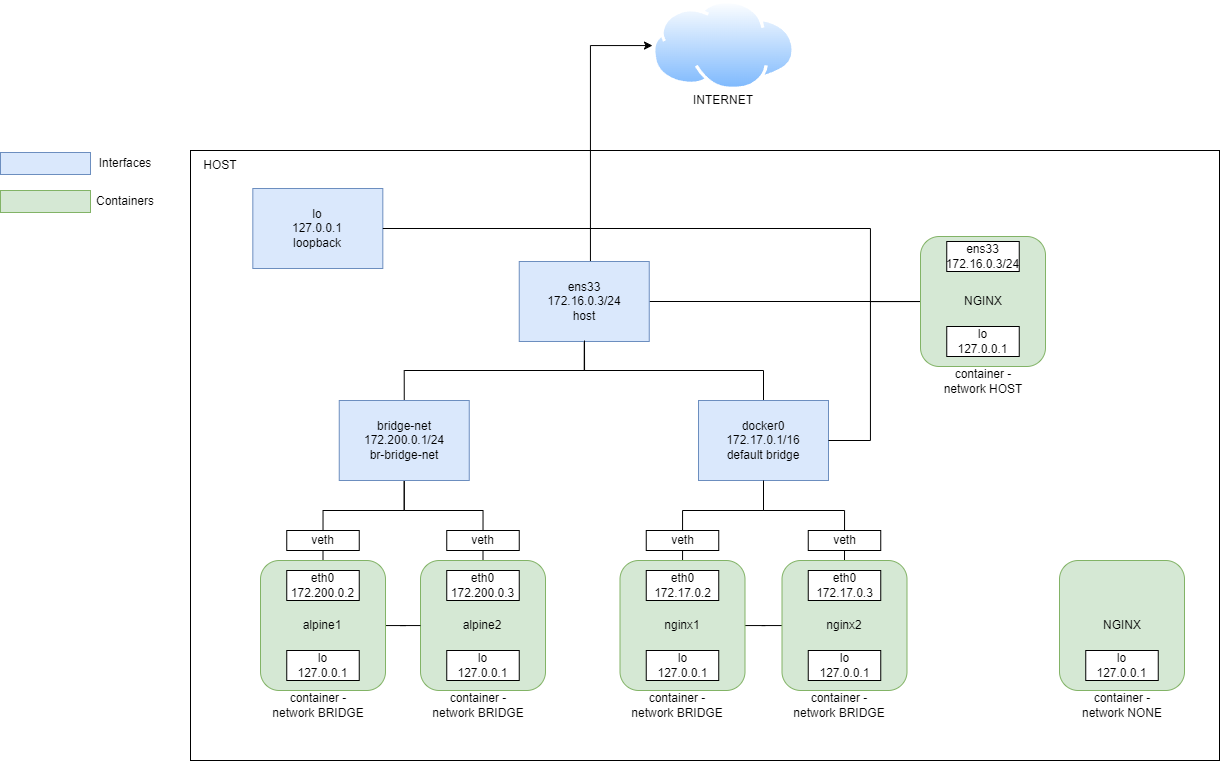
julio-cesar-development/docker-studies keeps this draw.io diagram as docker-network.drawio.png. Above is the earlier version. Source tidied: cells renumbered, new cells last; positions are measured from the earlier drawing's top-left corner, leaving out a move shared by most shapes.
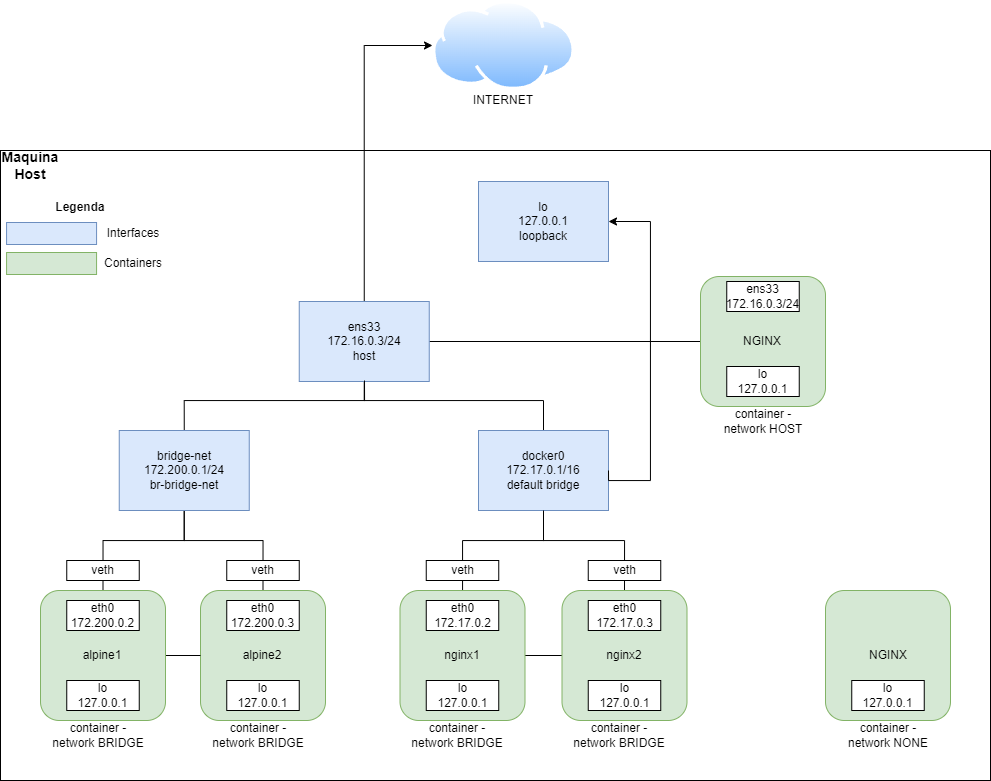
After the change.

The edit, as a diff of the source:
```diff
@@ -3,10 +3,10 @@
     <mxCell id="0" />
     <mxCell id="1" parent="0" />
     <mxCell id="2" style="rounded=0;whiteSpace=wrap;html=1;" parent="1" vertex="1">
-      <mxGeometry x="190" y="150" width="1029" height="610" as="geometry" />
+      <mxGeometry x="220" y="120" width="990" height="630" as="geometry" />
     </mxCell>
-    <mxCell id="3" value="HOST" style="text;html=1;strokeColor=none;fillColor=none;align=center;verticalAlign=middle;whiteSpace=wrap;rounded=0;" parent="1" vertex="1">
-      <mxGeometry x="190" y="150" width="60" height="30" as="geometry" />
+    <mxCell id="3" value="Maquina Host" style="text;html=1;strokeColor=none;fillColor=none;align=center;verticalAlign=middle;whiteSpace=wrap;rounded=0;fontSize=14;fontStyle=1;" parent="1" vertex="1">
+      <mxGeometry x="220" y="120" width="60" height="30" as="geometry" />
     </mxCell>
     <mxCell id="4" style="edgeStyle=orthogonalEdgeStyle;rounded=0;jettySize=auto;html=1;entryX=0.5;entryY=0;entryDx=0;entryDy=0;exitX=0.5;exitY=1;exitDx=0;exitDy=0;endArrow=none;endFill=0;" parent="1" edge="1" source="7" target="9">
       <mxGeometry relative="1" as="geometry">
@@ -16,10 +16,10 @@
         </Array>
       </mxGeometry>
     </mxCell>
-    <mxCell id="5" style="edgeStyle=orthogonalEdgeStyle;rounded=0;jettySize=auto;html=1;" parent="1" edge="1" source="7" target="10">
+    <mxCell id="5" style="edgeStyle=orthogonalEdgeStyle;rounded=0;jettySize=auto;html=1;exitX=0.5;exitY=0;exitDx=0;exitDy=0;" parent="1" edge="1" source="7" target="10">
       <mxGeometry relative="1" as="geometry">
         <Array as="points">
-          <mxPoint x="590" y="45" />
+          <mxPoint x="584" y="15" />
         </Array>
       </mxGeometry>
     </mxCell>
@@ -27,7 +27,7 @@
       <mxGeometry relative="1" as="geometry" />
     </mxCell>
     <mxCell id="7" value="ens33&lt;br&gt;172.16.0.3/24&lt;br&gt;host" style="rounded=0;whiteSpace=wrap;html=1;fillColor=#dae8fc;strokeColor=#6c8ebf;" parent="1" vertex="1">
-      <mxGeometry x="518.8" y="261" width="130" height="80" as="geometry" />
+      <mxGeometry x="518.8" y="271" width="130" height="80" as="geometry" />
     </mxCell>
     <mxCell id="8" style="edgeStyle=orthogonalEdgeStyle;rounded=0;jettySize=auto;html=1;entryX=0.5;entryY=0;entryDx=0;entryDy=0;endArrow=none;endFill=0;" parent="1" edge="1" source="9" target="49">
       <mxGeometry relative="1" as="geometry">
@@ -41,7 +41,7 @@
       <mxGeometry x="698" y="400" width="130" height="80" as="geometry" />
     </mxCell>
     <mxCell id="10" style="perimeter=ellipsePerimeter;html=1;align=center;shadow=0;dashed=0;spacingTop=3;image;image=img/lib/active_directory/internet_cloud.svg;" parent="1" vertex="1">
-      <mxGeometry x="652" width="142.9" height="90" as="geometry" />
+      <mxGeometry x="652" y="-30" width="142.9" height="90" as="geometry" />
     </mxCell>
     <mxCell id="11" style="edgeStyle=orthogonalEdgeStyle;rounded=0;jettySize=auto;html=1;entryX=0.5;entryY=1;entryDx=0;entryDy=0;endArrow=none;endFill=0;" parent="1" edge="1" source="13" target="9">
       <mxGeometry relative="1" as="geometry">
@@ -67,59 +67,60 @@
       <mxGeometry x="645.8" y="570" width="72.5" height="30" as="geometry" />
     </mxCell>
     <mxCell id="17" value="INTERNET" style="text;html=1;strokeColor=none;fillColor=default;align=center;verticalAlign=middle;whiteSpace=wrap;rounded=0;" parent="1" vertex="1">
-      <mxGeometry x="693.4" y="90" width="60" height="20" as="geometry" />
+      <mxGeometry x="693.4" y="60" width="60" height="20" as="geometry" />
     </mxCell>
     <mxCell id="18" value="lo&lt;br&gt;127.0.0.1&lt;br&gt;loopback" style="rounded=0;whiteSpace=wrap;html=1;fillColor=#dae8fc;strokeColor=#6c8ebf;" parent="1" vertex="1">
-      <mxGeometry x="252.3" y="188" width="130" height="80" as="geometry" />
+      <mxGeometry x="698" y="151" width="130" height="80" as="geometry" />
     </mxCell>
     <mxCell id="19" value="lo&lt;br&gt;127.0.0.1" style="rounded=0;whiteSpace=wrap;html=1;" parent="1" vertex="1">
       <mxGeometry x="645.8" y="650" width="72.5" height="30" as="geometry" />
     </mxCell>
     <mxCell id="20" style="rounded=1;whiteSpace=wrap;html=1;fillColor=#d5e8d4;strokeColor=#82b366;" parent="1" vertex="1">
-      <mxGeometry x="1059" y="560" width="125" height="130" as="geometry" />
+      <mxGeometry x="1045" y="560" width="125" height="130" as="geometry" />
     </mxCell>
     <mxCell id="21" value="NGINX" style="text;html=1;strokeColor=none;fillColor=none;align=center;verticalAlign=middle;whiteSpace=wrap;rounded=0;" parent="1" vertex="1">
-      <mxGeometry x="1091.5" y="610" width="60" height="30" as="geometry" />
+      <mxGeometry x="1077.5" y="610" width="60" height="30" as="geometry" />
     </mxCell>
     <mxCell id="22" value="lo&lt;br&gt;127.0.0.1" style="rounded=0;whiteSpace=wrap;html=1;" parent="1" vertex="1">
-      <mxGeometry x="1085.2" y="650" width="72.5" height="30" as="geometry" />
+      <mxGeometry x="1071.2" y="650" width="72.5" height="30" as="geometry" />
     </mxCell>
     <mxCell id="23" value="container - network NONE" style="text;html=1;strokeColor=none;fillColor=none;align=center;verticalAlign=middle;whiteSpace=wrap;rounded=0;" parent="1" vertex="1">
-      <mxGeometry x="1072.8" y="690" width="97.5" height="30" as="geometry" />
+      <mxGeometry x="1058.8" y="690" width="97.5" height="30" as="geometry" />
     </mxCell>
     <mxCell id="24" value="container - network BRIDGE" style="text;html=1;strokeColor=none;fillColor=none;align=center;verticalAlign=middle;whiteSpace=wrap;rounded=0;" parent="1" vertex="1">
       <mxGeometry x="628.1" y="690" width="97.5" height="30" as="geometry" />
     </mxCell>
+    <mxCell id="26" style="edgeStyle=orthogonalEdgeStyle;rounded=0;jettySize=auto;html=1;endArrow=none;endFill=0;entryX=1;entryY=0.5;entryDx=0;entryDy=0;" parent="1" edge="1" source="27" target="9">
+      <mxGeometry relative="1" as="geometry">
+        <Array as="points">
+          <mxPoint x="870" y="311" />
+          <mxPoint x="870" y="450" />
+          <mxPoint x="828" y="450" />
+        </Array>
+      </mxGeometry>
+    </mxCell>
-    <mxCell id="25" style="edgeStyle=orthogonalEdgeStyle;rounded=0;jettySize=auto;html=1;endArrow=none;endFill=0;exitX=0;exitY=0.5;exitDx=0;exitDy=0;" parent="1" edge="1" source="27" target="18">
+    <mxCell id="25" style="edgeStyle=orthogonalEdgeStyle;rounded=0;jettySize=auto;html=1;entryX=1;entryY=0.5;entryDx=0;entryDy=0;" parent="1" edge="1" source="27" target="18">
       <mxGeometry relative="1" as="geometry">
         <Array as="points">
-          <mxPoint x="870" y="301" />
-          <mxPoint x="870" y="228" />
+          <mxPoint x="870" y="311" />
+          <mxPoint x="870" y="191" />
         </Array>
       </mxGeometry>
     </mxCell>
-    <mxCell id="26" style="edgeStyle=orthogonalEdgeStyle;rounded=0;jettySize=auto;html=1;entryX=1;entryY=0.5;entryDx=0;entryDy=0;endArrow=none;endFill=0;" parent="1" edge="1" source="27" target="9">
-      <mxGeometry relative="1" as="geometry">
-        <Array as="points">
-          <mxPoint x="870" y="301" />
-          <mxPoint x="870" y="440" />
-        </Array>
-      </mxGeometry>
-    </mxCell>
     <mxCell id="27" style="rounded=1;whiteSpace=wrap;html=1;fillColor=#d5e8d4;strokeColor=#82b366;" parent="1" vertex="1">
-      <mxGeometry x="920" y="236" width="125" height="130" as="geometry" />
+      <mxGeometry x="920" y="246" width="125" height="130" as="geometry" />
     </mxCell>
     <mxCell id="28" value="NGINX" style="text;html=1;strokeColor=none;fillColor=none;align=center;verticalAlign=middle;whiteSpace=wrap;rounded=0;" parent="1" vertex="1">
-      <mxGeometry x="952.5" y="286" width="60" height="30" as="geometry" />
+      <mxGeometry x="952.5" y="296" width="60" height="30" as="geometry" />
     </mxCell>
     <mxCell id="29" value="lo&lt;br&gt;127.0.0.1" style="rounded=0;whiteSpace=wrap;html=1;" parent="1" vertex="1">
-      <mxGeometry x="946.2" y="326" width="72.5" height="30" as="geometry" />
+      <mxGeometry x="946.2" y="336" width="72.5" height="30" as="geometry" />
     </mxCell>
     <mxCell id="30" value="container - network HOST" style="text;html=1;strokeColor=none;fillColor=none;align=center;verticalAlign=middle;whiteSpace=wrap;rounded=0;" parent="1" vertex="1">
-      <mxGeometry x="933.8" y="366" width="97.5" height="30" as="geometry" />
+      <mxGeometry x="933.8" y="376" width="97.5" height="30" as="geometry" />
     </mxCell>
     <mxCell id="31" value="ens33&lt;br&gt;172.16.0.3/24" style="rounded=0;whiteSpace=wrap;html=1;" parent="1" vertex="1">
-      <mxGeometry x="946.2" y="241" width="72.5" height="30" as="geometry" />
+      <mxGeometry x="946.2" y="251" width="72.5" height="30" as="geometry" />
     </mxCell>
     <mxCell id="32" style="edgeStyle=orthogonalEdgeStyle;rounded=0;jettySize=auto;html=1;endArrow=none;endFill=0;entryX=0.5;entryY=0;entryDx=0;entryDy=0;" parent="1" edge="1" source="35" target="36">
       <mxGeometry relative="1" as="geometry">
@@ -139,7 +140,7 @@
     </mxCell>
     <mxCell id="34" style="edgeStyle=orthogonalEdgeStyle;rounded=0;jettySize=auto;html=1;exitX=0.5;exitY=0;exitDx=0;exitDy=0;endArrow=none;endFill=0;" parent="1" edge="1" source="35">
       <mxGeometry relative="1" as="geometry">
-        <mxPoint x="584" y="340" as="targetPoint" />
+        <mxPoint x="584" y="350" as="targetPoint" />
         <Array as="points">
           <mxPoint x="404" y="370" />
           <mxPoint x="584" y="370" />
@@ -207,16 +208,19 @@
       <mxGeometry x="790.1" y="690" width="97.5" height="30" as="geometry" />
     </mxCell>
     <mxCell id="55" style="rounded=0;whiteSpace=wrap;html=1;fillColor=#dae8fc;strokeColor=#6c8ebf;" parent="1" vertex="1">
-      <mxGeometry y="152" width="90" height="22" as="geometry" />
+      <mxGeometry x="226.1" y="192" width="90" height="22" as="geometry" />
     </mxCell>
     <mxCell id="56" style="rounded=0;whiteSpace=wrap;html=1;fillColor=#d5e8d4;strokeColor=#82b366;" parent="1" vertex="1">
-      <mxGeometry y="190" width="90" height="22" as="geometry" />
+      <mxGeometry x="226.1" y="222" width="90" height="22" as="geometry" />
     </mxCell>
     <mxCell id="57" value="Interfaces" style="text;html=1;strokeColor=none;fillColor=none;align=center;verticalAlign=middle;whiteSpace=wrap;rounded=0;" parent="1" vertex="1">
-      <mxGeometry x="90" y="150" width="70" height="26" as="geometry" />
+      <mxGeometry x="321.1" y="190" width="63.9" height="26" as="geometry" />
     </mxCell>
     <mxCell id="58" value="Containers" style="text;html=1;strokeColor=none;fillColor=none;align=center;verticalAlign=middle;whiteSpace=wrap;rounded=0;" parent="1" vertex="1">
-      <mxGeometry x="90" y="188" width="70" height="26" as="geometry" />
+      <mxGeometry x="321.1" y="220" width="63.9" height="26" as="geometry" />
     </mxCell>
+    <mxCell id="59" value="Legenda" style="text;html=1;strokeColor=none;fillColor=default;align=center;verticalAlign=middle;whiteSpace=wrap;rounded=0;fontStyle=1;" parent="1" vertex="1">
+      <mxGeometry x="270" y="170" width="60" height="14" as="geometry" />
+    </mxCell>
   </root>
 </mxGraphModel>
```
